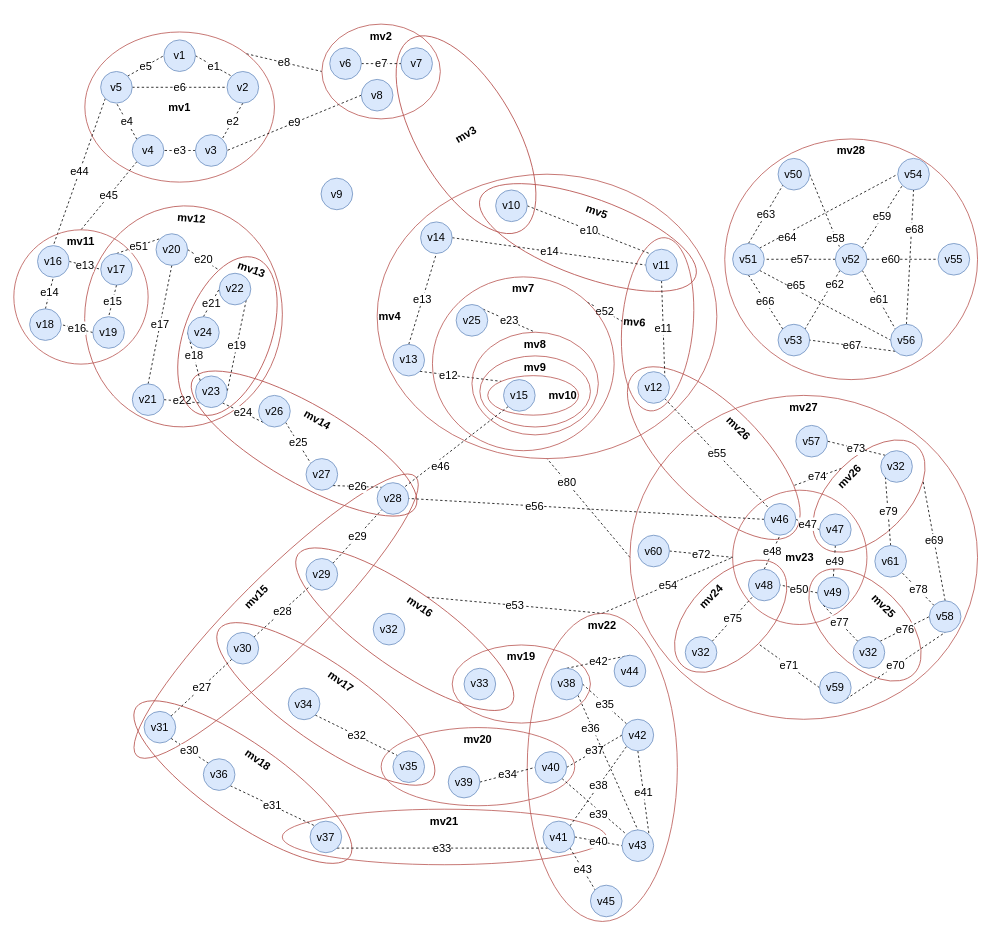
Above: Big metagraph.drawio in DMfananddu/MAG_Diploma (draw.io), before the change. Source tidied: cells renumbered, new cells numbered last; positions are measured from the earlier drawing's top-left corner, leaving out a move shared by most shapes. Both pictures are drawn from the tidied source at 79%, with x=0, y=0 at pixel (13, 24).
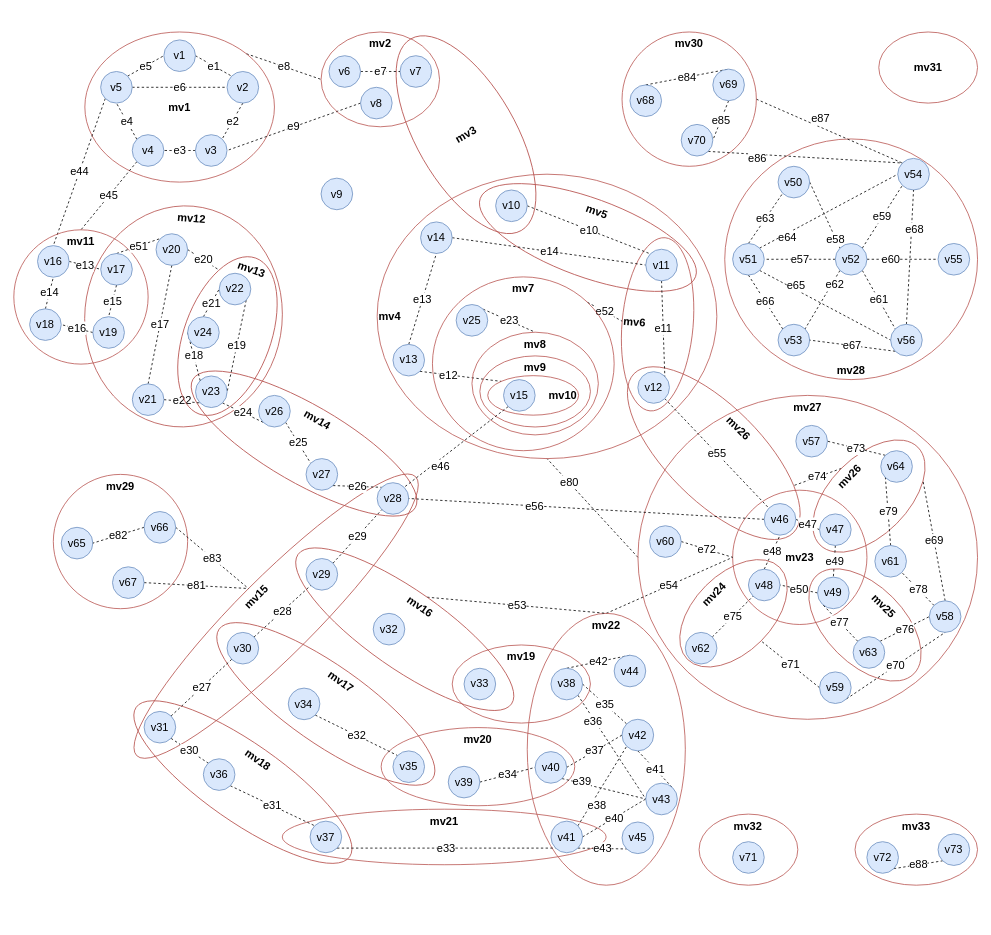
Above is the later version.

Unchanged cells that the change refers to:
```xml
<mxCell id="14" value="mv15" style="ellipse;whiteSpace=wrap;html=1;fillColor=none;strokeColor=#b85450;fontSize=14;fontStyle=1;verticalAlign=top;rotation=-45;" parent="1" vertex="1">
  <mxGeometry x="82.4" y="700" width="499.3" height="98.9" as="geometry" />
</mxCell>
<mxCell id="117" value="v40" style="ellipse;whiteSpace=wrap;html=1;fillColor=#dae8fc;strokeColor=#6c8ebf;fontSize=14;" parent="1" vertex="1">
  <mxGeometry x="659.8" y="920.9" width="40" height="40" as="geometry" />
</mxCell>
<mxCell id="121" value="v38" style="ellipse;whiteSpace=wrap;html=1;fillColor=#dae8fc;strokeColor=#6c8ebf;fontSize=14;" parent="1" vertex="1">
  <mxGeometry x="679.9" y="815.4" width="40" height="40" as="geometry" />
</mxCell>
<mxCell id="125" value="v42" style="ellipse;whiteSpace=wrap;html=1;fillColor=#dae8fc;strokeColor=#6c8ebf;fontSize=14;" parent="1" vertex="1">
  <mxGeometry x="769.9" y="880" width="40" height="40" as="geometry" />
</mxCell>
<mxCell id="154" value="v54" style="ellipse;whiteSpace=wrap;html=1;fillColor=#dae8fc;strokeColor=#6c8ebf;fontSize=14;" parent="1" vertex="1">
  <mxGeometry x="1118.9" y="170" width="40" height="40" as="geometry" />
</mxCell>
```

The edit, as a diff of the source:
```diff
@@
     <mxCell id="3" value="mv27" style="ellipse;whiteSpace=wrap;html=1;fillColor=none;strokeColor=#b85450;fontSize=14;fontStyle=1;verticalAlign=top;rotation=0;" parent="1" vertex="1">
-      <mxGeometry x="779.9" y="470" width="440" height="410" as="geometry" />
+      <mxGeometry x="790" y="470" width="429.9" height="410" as="geometry" />
     </mxCell>
@@
     <mxCell id="6" value="mv24" style="ellipse;whiteSpace=wrap;html=1;fillColor=none;strokeColor=#b85450;fontSize=14;fontStyle=1;verticalAlign=top;rotation=-45;" parent="1" vertex="1">
-      <mxGeometry x="819.9" y="700" width="175" height="98.9" as="geometry" />
+      <mxGeometry x="828.5" y="696.4" width="164.9" height="98.9" as="geometry" />
     </mxCell>
@@
     <mxCell id="10" value="mv22" style="ellipse;whiteSpace=wrap;html=1;fillColor=none;strokeColor=#b85450;fontSize=14;fontStyle=1;verticalAlign=top;rotation=0;" parent="1" vertex="1">
-      <mxGeometry x="649.9" y="745.9" width="190" height="390" as="geometry" />
+      <mxGeometry x="649.9" y="745.9" width="200.1" height="344.1" as="geometry" />
     </mxCell>
@@
     <mxCell id="43" value="mv2" style="ellipse;whiteSpace=wrap;html=1;fillColor=none;strokeColor=#b85450;fontSize=14;fontStyle=1;verticalAlign=top;" parent="1" vertex="1">
-      <mxGeometry x="389.9" width="150" height="120" as="geometry" />
+      <mxGeometry x="388.9" y="10" width="150" height="120" as="geometry" />
     </mxCell>
     <mxCell id="44" value="v8" style="ellipse;whiteSpace=wrap;html=1;fillColor=#dae8fc;strokeColor=#6c8ebf;fontSize=14;" parent="1" vertex="1">
-      <mxGeometry x="439.9" y="70" width="40" height="40" as="geometry" />
+      <mxGeometry x="438.9" y="80" width="40" height="40" as="geometry" />
     </mxCell>
     <mxCell id="45" value="v7" style="ellipse;whiteSpace=wrap;html=1;fillColor=#dae8fc;strokeColor=#6c8ebf;fontSize=14;" parent="1" vertex="1">
-      <mxGeometry x="489.9" y="30" width="40" height="40" as="geometry" />
+      <mxGeometry x="488.9" y="40" width="40" height="40" as="geometry" />
     </mxCell>
@@
     <mxCell id="47" value="v6" style="ellipse;whiteSpace=wrap;html=1;fillColor=#dae8fc;strokeColor=#6c8ebf;fontSize=14;" parent="1" vertex="1">
-      <mxGeometry x="399.9" y="30" width="40" height="40" as="geometry" />
+      <mxGeometry x="398.9" y="40" width="40" height="40" as="geometry" />
     </mxCell>
@@
     <mxCell id="112" value="e38" style="edgeStyle=none;rounded=0;jettySize=auto;html=1;exitX=1;exitY=0;exitDx=0;exitDy=0;entryX=0;entryY=1;entryDx=0;entryDy=0;dashed=1;fontSize=14;endArrow=none;endFill=0;" parent="1" edge="1" source="114" target="125">
-      <mxGeometry relative="1" as="geometry" />
+      <mxGeometry x="-0.43" y="-7" relative="1" as="geometry" />
     </mxCell>
-    <mxCell id="113" value="e43" style="edgeStyle=none;rounded=0;jettySize=auto;html=1;exitX=1;exitY=1;exitDx=0;exitDy=0;entryX=0;entryY=0;entryDx=0;entryDy=0;dashed=1;fontSize=14;endArrow=none;endFill=0;" parent="1" edge="1" source="114" target="128">
+    <mxCell id="113" value="e43" style="edgeStyle=none;rounded=0;jettySize=auto;html=1;exitX=1;exitY=1;exitDx=0;exitDy=0;entryX=0;entryY=1;entryDx=0;entryDy=0;dashed=1;fontSize=14;endArrow=none;endFill=0;" parent="1" edge="1" source="114" target="128">
       <mxGeometry relative="1" as="geometry" />
     </mxCell>
     <mxCell id="114" value="v41" style="ellipse;whiteSpace=wrap;html=1;fillColor=#dae8fc;strokeColor=#6c8ebf;fontSize=14;" parent="1" vertex="1">
-      <mxGeometry x="669.9" y="1008.9" width="40" height="40" as="geometry" />
+      <mxGeometry x="679.9" y="1008.9" width="40" height="40" as="geometry" />
     </mxCell>
@@
-    <mxCell id="116" value="e39" style="edgeStyle=none;rounded=0;jettySize=auto;html=1;exitX=1;exitY=1;exitDx=0;exitDy=0;entryX=0;entryY=0;entryDx=0;entryDy=0;dashed=1;fontSize=14;endArrow=none;endFill=0;" parent="1" edge="1" source="117" target="126">
-      <mxGeometry x="0.19" y="-4" relative="1" as="geometry" />
+    <mxCell id="116" value="e39" style="edgeStyle=none;rounded=0;jettySize=auto;html=1;exitX=1;exitY=1;exitDx=0;exitDy=0;entryX=0;entryY=0.5;entryDx=0;entryDy=0;dashed=1;fontSize=14;endArrow=none;endFill=0;" parent="1" edge="1" source="117" target="126">
+      <mxGeometry x="-0.51" y="1" relative="1" as="geometry">
+        <mxPoint x="-1" y="-1" as="offset" />
+      </mxGeometry>
     </mxCell>
@@
-    <mxCell id="119" value="e36" style="edgeStyle=none;rounded=0;jettySize=auto;html=1;exitX=1;exitY=1;exitDx=0;exitDy=0;entryX=0.5;entryY=0;entryDx=0;entryDy=0;dashed=1;fontSize=14;endArrow=none;endFill=0;" parent="1" edge="1" source="121" target="126">
+    <mxCell id="119" value="e36" style="edgeStyle=none;rounded=0;jettySize=auto;html=1;exitX=1;exitY=1;exitDx=0;exitDy=0;entryX=0;entryY=0.5;entryDx=0;entryDy=0;dashed=1;fontSize=14;endArrow=none;endFill=0;" parent="1" edge="1" source="121" target="126">
       <mxGeometry x="-0.53" y="-2" relative="1" as="geometry">
         <mxPoint y="1" as="offset" />
       </mxGeometry>
     </mxCell>
@@
     <mxCell id="126" value="v43" style="ellipse;whiteSpace=wrap;html=1;fillColor=#dae8fc;strokeColor=#6c8ebf;fontSize=14;" parent="1" vertex="1">
-      <mxGeometry x="769.9" y="1020" width="40" height="40" as="geometry" />
+      <mxGeometry x="799.9" y="960.9" width="40" height="40" as="geometry" />
     </mxCell>
@@
     <mxCell id="128" value="v45" style="ellipse;whiteSpace=wrap;html=1;fillColor=#dae8fc;strokeColor=#6c8ebf;fontSize=14;" parent="1" vertex="1">
-      <mxGeometry x="729.9" y="1090" width="40" height="40" as="geometry" />
+      <mxGeometry x="769.9" y="1010" width="40" height="40" as="geometry" />
     </mxCell>
@@
-    <mxCell id="139" value="mv28" style="ellipse;whiteSpace=wrap;html=1;fillColor=none;strokeColor=#b85450;fontSize=14;fontStyle=1;rotation=0;verticalAlign=top;" parent="1" vertex="1">
+    <mxCell id="139" value="mv28" style="ellipse;whiteSpace=wrap;html=1;fillColor=none;strokeColor=#b85450;fontSize=14;fontStyle=1;rotation=0;verticalAlign=bottom;" parent="1" vertex="1">
       <mxGeometry x="899.9" y="145.4" width="320" height="304.6" as="geometry" />
     </mxCell>
@@
     <mxCell id="141" value="v50" style="ellipse;whiteSpace=wrap;html=1;fillColor=#dae8fc;strokeColor=#6c8ebf;fontSize=14;" parent="1" vertex="1">
-      <mxGeometry x="967.4" y="170" width="40" height="40" as="geometry" />
+      <mxGeometry x="967.4" y="180" width="40" height="40" as="geometry" />
     </mxCell>
@@
     <mxCell id="167" value="v60" style="ellipse;whiteSpace=wrap;html=1;fillColor=#dae8fc;strokeColor=#6c8ebf;fontSize=14;" parent="1" vertex="1">
-      <mxGeometry x="789.9" y="647" width="40" height="40" as="geometry" />
+      <mxGeometry x="804.8" y="635" width="40" height="40" as="geometry" />
     </mxCell>
@@
-    <mxCell id="170" value="v32" style="ellipse;whiteSpace=wrap;html=1;fillColor=#dae8fc;strokeColor=#6c8ebf;fontSize=14;" parent="1" vertex="1">
+    <mxCell id="170" value="v63" style="ellipse;whiteSpace=wrap;html=1;fillColor=#dae8fc;strokeColor=#6c8ebf;fontSize=14;" parent="1" vertex="1">
       <mxGeometry x="1062.4" y="775.4" width="40" height="40" as="geometry" />
     </mxCell>
@@
-    <mxCell id="172" value="v32" style="ellipse;whiteSpace=wrap;html=1;fillColor=#dae8fc;strokeColor=#6c8ebf;fontSize=14;" parent="1" vertex="1">
-      <mxGeometry x="849.9" y="775.4" width="40" height="40" as="geometry" />
+    <mxCell id="172" value="v62" style="ellipse;whiteSpace=wrap;html=1;fillColor=#dae8fc;strokeColor=#6c8ebf;fontSize=14;" parent="1" vertex="1">
+      <mxGeometry x="850" y="770" width="40" height="40" as="geometry" />
     </mxCell>
@@
-    <mxCell id="174" value="v32" style="ellipse;whiteSpace=wrap;html=1;fillColor=#dae8fc;strokeColor=#6c8ebf;fontSize=14;" parent="1" vertex="1">
+    <mxCell id="174" value="v64" style="ellipse;whiteSpace=wrap;html=1;fillColor=#dae8fc;strokeColor=#6c8ebf;fontSize=14;" parent="1" vertex="1">
       <mxGeometry x="1097.4" y="540" width="40" height="40" as="geometry" />
     </mxCell>
@@
+    <mxCell id="177" value="mv29" style="ellipse;whiteSpace=wrap;html=1;fillColor=none;strokeColor=#b85450;fontStyle=1;fontSize=14;verticalAlign=top;" parent="1" vertex="1">
+      <mxGeometry x="50" y="570" width="170" height="170" as="geometry" />
+    </mxCell>
+    <mxCell id="178" value="v65" style="ellipse;whiteSpace=wrap;html=1;fillColor=#dae8fc;strokeColor=#6c8ebf;fontSize=14;" parent="1" vertex="1">
+      <mxGeometry x="60" y="637" width="40" height="40" as="geometry" />
+    </mxCell>
+    <mxCell id="179" value="e82" style="edgeStyle=none;rounded=0;jettySize=auto;html=1;exitX=0;exitY=0.5;exitDx=0;exitDy=0;entryX=1;entryY=0.5;entryDx=0;entryDy=0;dashed=1;fontSize=14;endArrow=none;endFill=0;" parent="1" edge="1" source="181" target="178">
+      <mxGeometry relative="1" as="geometry" />
+    </mxCell>
+    <mxCell id="180" value="e83" style="edgeStyle=none;rounded=0;jettySize=auto;html=1;exitX=1;exitY=0.5;exitDx=0;exitDy=0;entryX=0.5;entryY=0;entryDx=0;entryDy=0;dashed=1;fontSize=14;endArrow=none;endFill=0;" parent="1" edge="1" source="181" target="14">
+      <mxGeometry relative="1" as="geometry" />
+    </mxCell>
+    <mxCell id="181" value="v66" style="ellipse;whiteSpace=wrap;html=1;fillColor=#dae8fc;strokeColor=#6c8ebf;fontSize=14;" parent="1" vertex="1">
+      <mxGeometry x="164.9" y="617" width="40" height="40" as="geometry" />
+    </mxCell>
+    <mxCell id="182" value="e81" style="edgeStyle=none;rounded=0;jettySize=auto;html=1;exitX=1;exitY=0.5;exitDx=0;exitDy=0;entryX=0.5;entryY=0;entryDx=0;entryDy=0;dashed=1;fontSize=14;endArrow=none;endFill=0;" parent="1" edge="1" source="183" target="14">
+      <mxGeometry relative="1" as="geometry" />
+    </mxCell>
+    <mxCell id="183" value="v67" style="ellipse;whiteSpace=wrap;html=1;fillColor=#dae8fc;strokeColor=#6c8ebf;fontSize=14;" parent="1" vertex="1">
+      <mxGeometry x="124.9" y="687" width="40" height="40" as="geometry" />
+    </mxCell>
+    <mxCell id="184" value="e87" style="edgeStyle=none;rounded=0;jettySize=auto;html=1;exitX=1;exitY=0.5;exitDx=0;exitDy=0;entryX=0;entryY=0;entryDx=0;entryDy=0;dashed=1;fontSize=14;endArrow=none;endFill=0;" parent="1" edge="1" source="185" target="154">
+      <mxGeometry x="-0.17" y="9" relative="1" as="geometry">
+        <mxPoint x="1" as="offset" />
+      </mxGeometry>
+    </mxCell>
+    <mxCell id="185" value="mv30" style="ellipse;whiteSpace=wrap;html=1;fillColor=none;strokeColor=#b85450;fontStyle=1;fontSize=14;verticalAlign=top;" parent="1" vertex="1">
+      <mxGeometry x="769.9" y="10" width="170" height="170" as="geometry" />
+    </mxCell>
+    <mxCell id="186" value="e84" style="edgeStyle=none;rounded=0;jettySize=auto;html=1;exitX=0.5;exitY=0;exitDx=0;exitDy=0;entryX=0.5;entryY=0;entryDx=0;entryDy=0;dashed=1;fontSize=14;endArrow=none;endFill=0;" parent="1" edge="1" source="187" target="189">
+      <mxGeometry relative="1" as="geometry" />
+    </mxCell>
+    <mxCell id="187" value="v68" style="ellipse;whiteSpace=wrap;html=1;fillColor=#dae8fc;strokeColor=#6c8ebf;fontSize=14;" parent="1" vertex="1">
+      <mxGeometry x="779.9" y="77" width="40" height="40" as="geometry" />
+    </mxCell>
+    <mxCell id="188" value="e85" style="edgeStyle=none;rounded=0;jettySize=auto;html=1;exitX=0.5;exitY=1;exitDx=0;exitDy=0;entryX=1;entryY=0.5;entryDx=0;entryDy=0;dashed=1;fontSize=14;endArrow=none;endFill=0;" parent="1" edge="1" source="189" target="191">
+      <mxGeometry relative="1" as="geometry" />
+    </mxCell>
+    <mxCell id="189" value="v69" style="ellipse;whiteSpace=wrap;html=1;fillColor=#dae8fc;strokeColor=#6c8ebf;fontSize=14;" parent="1" vertex="1">
+      <mxGeometry x="884.8" y="57" width="40" height="40" as="geometry" />
+    </mxCell>
+    <mxCell id="190" value="e86" style="edgeStyle=none;rounded=0;jettySize=auto;html=1;exitX=1;exitY=1;exitDx=0;exitDy=0;entryX=0;entryY=0;entryDx=0;entryDy=0;dashed=1;fontSize=14;endArrow=none;endFill=0;" parent="1" edge="1" source="191" target="154">
+      <mxGeometry x="-0.5" y="-5" relative="1" as="geometry" />
+    </mxCell>
+    <mxCell id="191" value="v70" style="ellipse;whiteSpace=wrap;html=1;fillColor=#dae8fc;strokeColor=#6c8ebf;fontSize=14;" parent="1" vertex="1">
+      <mxGeometry x="844.8" y="127" width="40" height="40" as="geometry" />
+    </mxCell>
+    <mxCell id="192" value="mv31" style="ellipse;whiteSpace=wrap;html=1;fillColor=none;strokeColor=#b85450;fontSize=14;fontStyle=1;rotation=0;" parent="1" vertex="1">
+      <mxGeometry x="1094.9" y="10" width="125" height="90" as="geometry" />
+    </mxCell>
+    <mxCell id="193" value="mv32" style="ellipse;whiteSpace=wrap;html=1;fillColor=none;strokeColor=#b85450;fontSize=14;fontStyle=1;rotation=0;verticalAlign=top;" parent="1" vertex="1">
+      <mxGeometry x="867.4" y="1000" width="125" height="90" as="geometry" />
+    </mxCell>
+    <mxCell id="194" value="mv33" style="ellipse;whiteSpace=wrap;html=1;fillColor=none;strokeColor=#b85450;fontSize=14;fontStyle=1;rotation=0;verticalAlign=top;" parent="1" vertex="1">
+      <mxGeometry x="1064.8" y="1000" width="155.1" height="90" as="geometry" />
+    </mxCell>
+    <mxCell id="195" value="v71" style="ellipse;whiteSpace=wrap;html=1;fillColor=#dae8fc;strokeColor=#6c8ebf;fontSize=14;" parent="1" vertex="1">
+      <mxGeometry x="909.9" y="1034.9" width="40" height="40" as="geometry" />
+    </mxCell>
+    <mxCell id="196" value="e88" style="edgeStyle=none;rounded=0;jettySize=auto;html=1;exitX=1;exitY=1;exitDx=0;exitDy=0;entryX=0;entryY=1;entryDx=0;entryDy=0;dashed=1;fontSize=14;endArrow=none;endFill=0;" parent="1" edge="1" source="197" target="198">
+      <mxGeometry relative="1" as="geometry" />
+    </mxCell>
+    <mxCell id="197" value="v72" style="ellipse;whiteSpace=wrap;html=1;fillColor=#dae8fc;strokeColor=#6c8ebf;fontSize=14;" parent="1" vertex="1">
+      <mxGeometry x="1079.8" y="1034.9" width="40" height="40" as="geometry" />
+    </mxCell>
+    <mxCell id="198" value="v73" style="ellipse;whiteSpace=wrap;html=1;fillColor=#dae8fc;strokeColor=#6c8ebf;fontSize=14;" parent="1" vertex="1">
+      <mxGeometry x="1169.9" y="1025" width="40" height="40" as="geometry" />
+    </mxCell>
```
